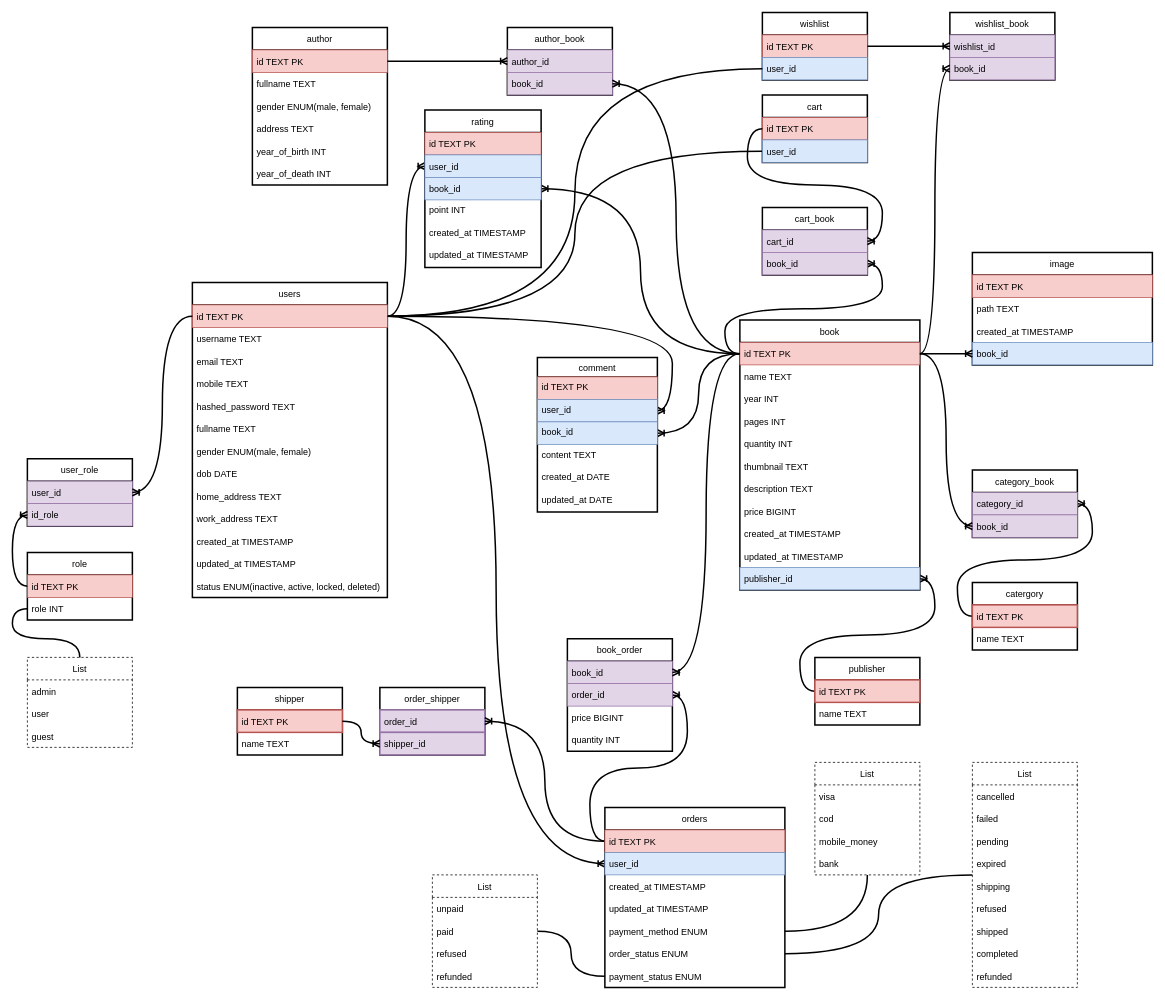
Above: database-design/database-design.drawio in theduonghn/Techmaster-Java-Project (draw.io), before the change. Source tidied: cells renumbered, new cells numbered last; positions are measured from the earlier drawing's top-left corner, leaving out a move shared by most shapes. Both pictures are drawn from the tidied source at 75%, with x=0, y=0 at pixel (27, 12).
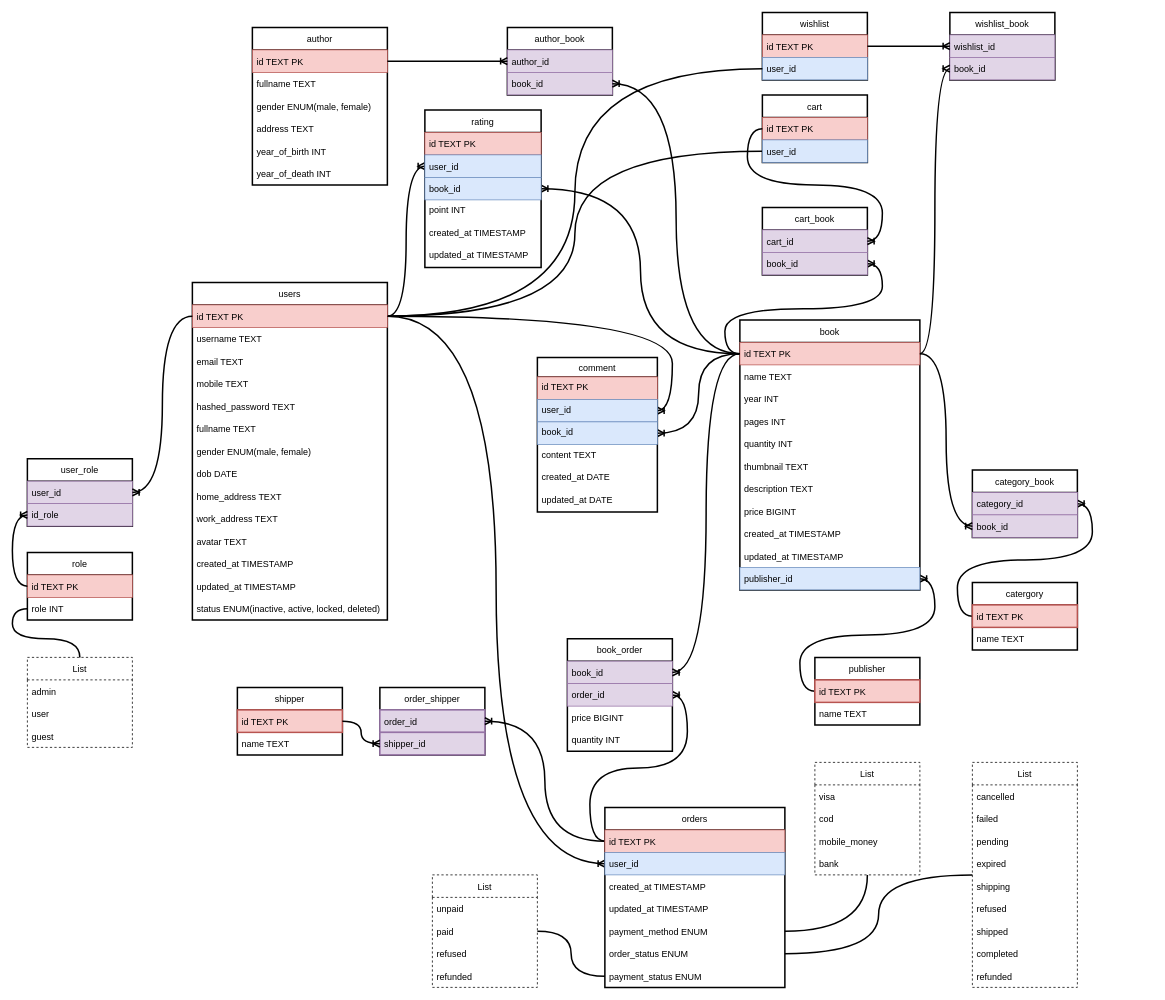
Above is the later version.

Commit message (it also covers changes not shown here):
Add field avatar to user. Remove entity image

The change refers to these unchanged cells:
```xml
<mxCell id="83" value="id TEXT PK" style="text;strokeColor=#b85450;fillColor=#f8cecc;align=left;verticalAlign=middle;spacingLeft=4;spacingRight=4;overflow=hidden;points=[[0,0.5],[1,0.5]];portConstraint=eastwest;rounded=0;" parent="82" vertex="1">
  <mxGeometry y="30" width="240" height="30" as="geometry" />
</mxCell>
```

What changed in the source:
```diff
@@
     <mxCell id="37" value="users" style="swimlane;fontStyle=0;horizontal=1;startSize=30;labelBackgroundColor=none;strokeWidth=2;swimlaneFillColor=none;rounded=0;" parent="1" vertex="1">
-      <mxGeometry x="220" y="360" width="260" height="420" as="geometry" />
+      <mxGeometry x="220" y="360" width="260" height="450" as="geometry" />
     </mxCell>
@@
+    <mxCell id="154" value="avatar TEXT" style="text;strokeColor=none;fillColor=none;align=left;verticalAlign=middle;spacingLeft=4;spacingRight=4;overflow=hidden;labelBackgroundColor=none;rounded=0;" parent="37" vertex="1">
+      <mxGeometry y="330" width="260" height="30" as="geometry" />
+    </mxCell>
     <mxCell id="48" value="created_at TIMESTAMP" style="text;strokeColor=none;fillColor=none;align=left;verticalAlign=middle;spacingLeft=4;spacingRight=4;overflow=hidden;labelBackgroundColor=none;rounded=0;" parent="37" vertex="1">
-      <mxGeometry y="330" width="260" height="30" as="geometry" />
+      <mxGeometry y="360" width="260" height="30" as="geometry" />
     </mxCell>
     <mxCell id="49" value="updated_at TIMESTAMP" style="text;strokeColor=none;fillColor=none;align=left;verticalAlign=middle;spacingLeft=4;spacingRight=4;overflow=hidden;labelBackgroundColor=none;rounded=0;" parent="37" vertex="1">
-      <mxGeometry y="360" width="260" height="30" as="geometry" />
+      <mxGeometry y="390" width="260" height="30" as="geometry" />
     </mxCell>
     <mxCell id="50" value="status ENUM(inactive, active, locked, deleted)" style="text;strokeColor=none;fillColor=none;align=left;verticalAlign=middle;spacingLeft=4;spacingRight=4;overflow=hidden;labelBackgroundColor=none;rounded=0;" parent="37" vertex="1">
-      <mxGeometry y="390" width="260" height="30" as="geometry" />
+      <mxGeometry y="420" width="260" height="30" as="geometry" />
     </mxCell>
@@
-    <mxCell id="100" value="image" style="swimlane;fontStyle=0;horizontal=1;startSize=30;strokeWidth=2;rounded=0;" parent="1" vertex="1">
-      <mxGeometry x="1260" y="320" width="240" height="150" as="geometry" />
-    </mxCell>
-    <mxCell id="101" value="id TEXT PK" style="text;strokeColor=#b85450;fillColor=#f8cecc;align=left;verticalAlign=middle;spacingLeft=4;spacingRight=4;overflow=hidden;rounded=0;" parent="100" vertex="1">
-      <mxGeometry y="30" width="240" height="30" as="geometry" />
-    </mxCell>
-    <mxCell id="102" value="path TEXT" style="text;strokeColor=none;fillColor=none;align=left;verticalAlign=middle;spacingLeft=4;spacingRight=4;overflow=hidden;rounded=0;" parent="100" vertex="1">
-      <mxGeometry y="60" width="240" height="30" as="geometry" />
-    </mxCell>
-    <mxCell id="103" value="created_at TIMESTAMP" style="text;strokeColor=none;fillColor=none;align=left;verticalAlign=middle;spacingLeft=4;spacingRight=4;overflow=hidden;rounded=0;" parent="100" vertex="1">
-      <mxGeometry y="90" width="240" height="30" as="geometry" />
-    </mxCell>
-    <mxCell id="104" value="book_id" style="text;strokeColor=#6c8ebf;fillColor=#dae8fc;align=left;verticalAlign=middle;spacingLeft=4;spacingRight=4;overflow=hidden;points=[[0,0.5],[1,0.5]];portConstraint=eastwest;rounded=0;" parent="100" vertex="1">
-      <mxGeometry y="120" width="240" height="30" as="geometry" />
-    </mxCell>
-    <mxCell id="105" style="edgeStyle=orthogonalEdgeStyle;jumpStyle=gap;jettySize=auto;html=1;endArrow=ERoneToMany;endFill=0;strokeWidth=2;exitX=1;exitY=0.5;exitDx=0;exitDy=0;rounded=0;curved=1;" parent="1" edge="1" source="83" target="104">
-      <mxGeometry relative="1" as="geometry" />
-    </mxCell>
```
